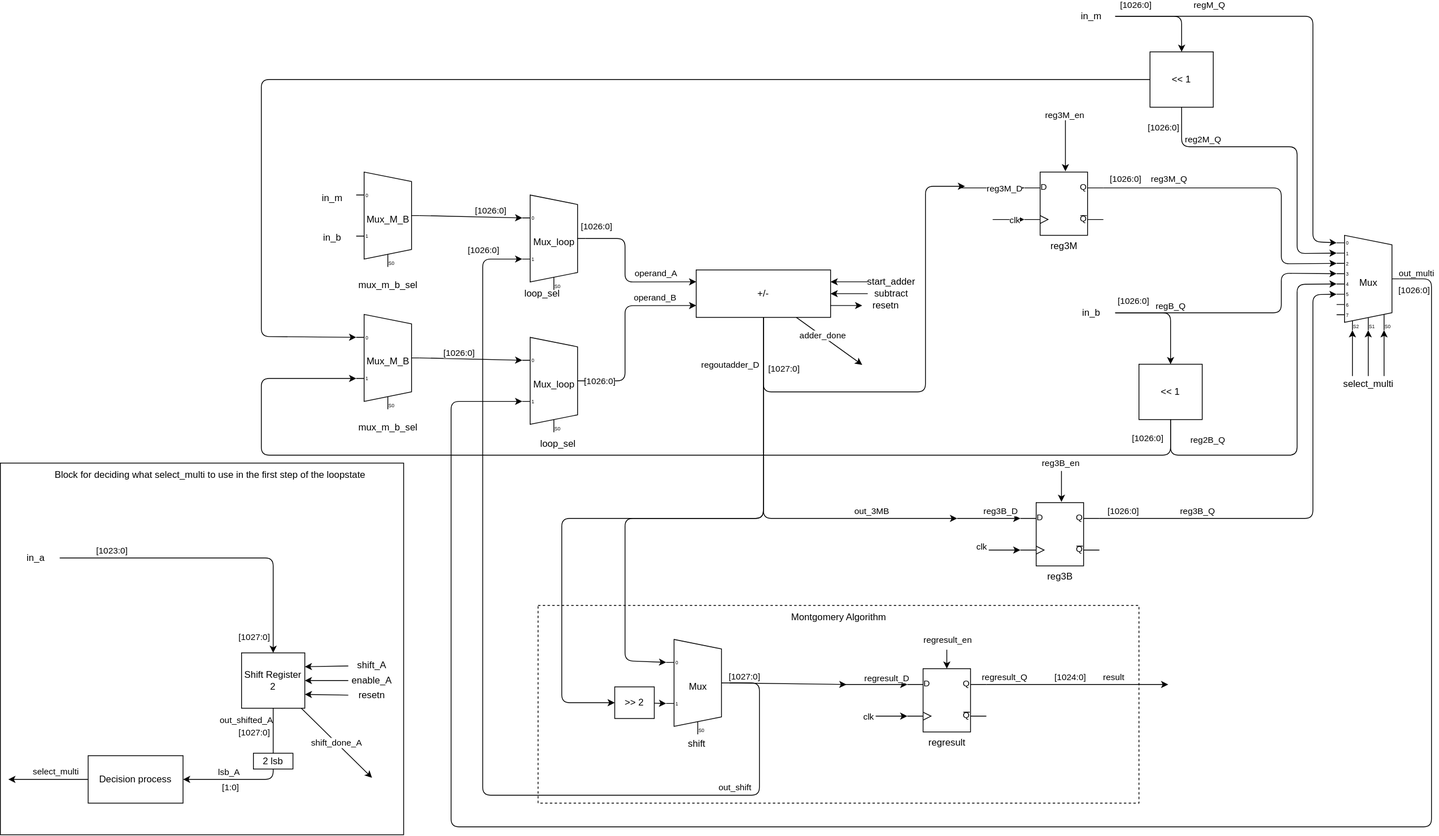
This is report/montgomery_details.svg from Tfloow/Montgomery, a draw.io export, as it was before one commit. Source tidied: cells renumbered, new cells last; positions are measured from the earlier drawing's top-left corner, leaving out a move shared by most shapes.
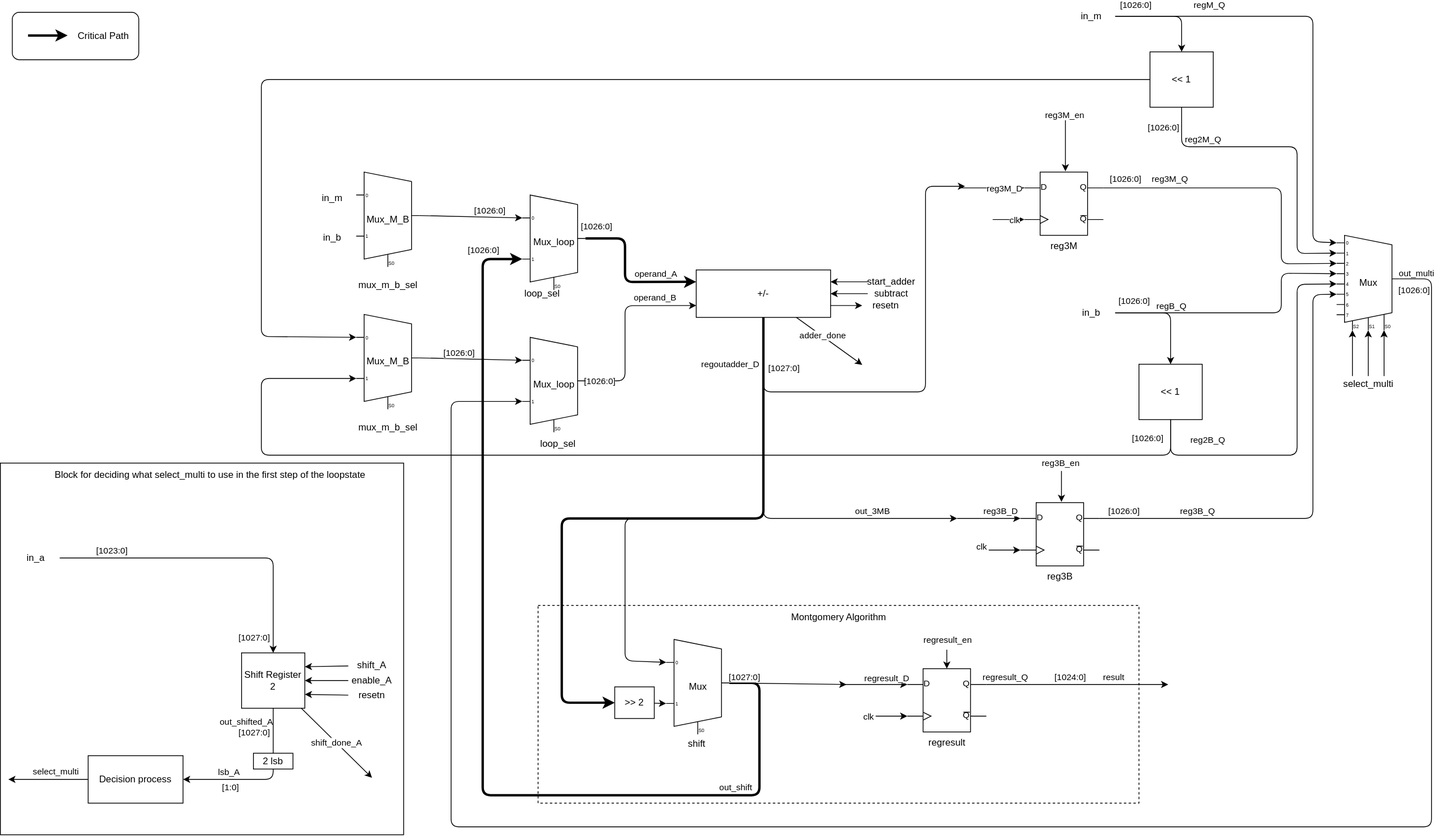
Later version of the same file.

What changed in the source:
```diff
@@ -95,7 +95,7 @@
         <mxPoint x="885" y="335.8" as="targetPoint" />
       </mxGeometry>
     </mxCell>
-    <mxCell id="21" style="edgeStyle=none;html=1;entryX=0;entryY=0.5;entryDx=0;entryDy=0;exitX=0.5;exitY=1;exitDx=0;exitDy=0;" parent="1" edge="1" source="22" target="100">
+    <mxCell id="21" style="edgeStyle=none;html=1;entryX=0;entryY=0.5;entryDx=0;entryDy=0;exitX=0.5;exitY=1;exitDx=0;exitDy=0;strokeWidth=3;" parent="1" edge="1" source="22" target="100">
       <mxGeometry relative="1" as="geometry">
         <Array as="points">
           <mxPoint x="965" y="650" />
@@ -325,7 +325,7 @@
     <mxCell id="66" value="clk" style="edgeLabel;html=1;align=center;verticalAlign=middle;" parent="65" vertex="1">
       <mxGeometry x="0.34" relative="1" as="geometry" />
     </mxCell>
-    <mxCell id="67" value="out_shift" style="edgeStyle=none;html=1;exitX=1;exitY=0.5;exitDx=0;exitDy=-5;entryX=0;entryY=0.65;entryDx=0;entryDy=3;exitPerimeter=0;entryPerimeter=0;" parent="1" edge="1" source="98" target="110">
+    <mxCell id="67" value="out_shift" style="edgeStyle=none;html=1;exitX=1;exitY=0.5;exitDx=0;exitDy=-5;entryX=0;entryY=0.65;entryDx=0;entryDy=3;exitPerimeter=0;entryPerimeter=0;strokeWidth=3;" parent="1" edge="1" source="98" target="110">
       <mxGeometry x="-0.67" y="-10" relative="1" as="geometry">
         <Array as="points">
           <mxPoint x="960" y="858" />
@@ -500,7 +500,7 @@
     <mxCell id="106" value="2 lsb" style="whiteSpace=wrap;html=1;" parent="1" vertex="1">
       <mxGeometry x="320" y="946.9" width="50" height="20" as="geometry" />
     </mxCell>
-    <mxCell id="107" style="edgeStyle=none;html=1;exitX=1;exitY=0.5;exitDx=0;exitDy=-5;exitPerimeter=0;entryX=0;entryY=0.25;entryDx=0;entryDy=0;" parent="1" edge="1" source="110" target="22">
+    <mxCell id="107" style="edgeStyle=none;html=1;exitX=1;exitY=0.5;exitDx=0;exitDy=-5;exitPerimeter=0;entryX=0;entryY=0.25;entryDx=0;entryDy=0;strokeWidth=3;" parent="1" edge="1" source="110" target="22">
       <mxGeometry relative="1" as="geometry">
         <Array as="points">
           <mxPoint x="790" y="296" />
@@ -605,5 +605,17 @@
     <mxCell id="129" value="in_b" style="text;html=1;strokeColor=none;fillColor=none;align=center;verticalAlign=middle;whiteSpace=wrap;rounded=0;" parent="1" vertex="1">
       <mxGeometry x="390" y="280" width="60" height="30" as="geometry" />
     </mxCell>
+    <mxCell id="130" style="rounded=1;whiteSpace=wrap;html=1;align=right;" parent="1" vertex="1">
+      <mxGeometry x="15" y="10" width="160" height="60" as="geometry" />
+    </mxCell>
+    <mxCell id="131" style="edgeStyle=none;html=1;exitX=1;exitY=0.25;exitDx=0;exitDy=0;exitPerimeter=0;entryX=0;entryY=0.5;entryDx=0;entryDy=0;strokeWidth=3;" parent="1" edge="1">
+      <mxGeometry relative="1" as="geometry">
+        <mxPoint x="35" y="39.3" as="sourcePoint" />
+        <mxPoint x="85" y="39.3" as="targetPoint" />
+      </mxGeometry>
+    </mxCell>
+    <mxCell id="132" value="Critical Path" style="text;html=1;align=center;verticalAlign=middle;strokeColor=none;fillColor=none;" parent="1" vertex="1">
+      <mxGeometry x="85" y="25" width="90" height="30" as="geometry" />
+    </mxCell>
   </root>
 </mxGraphModel>
```
